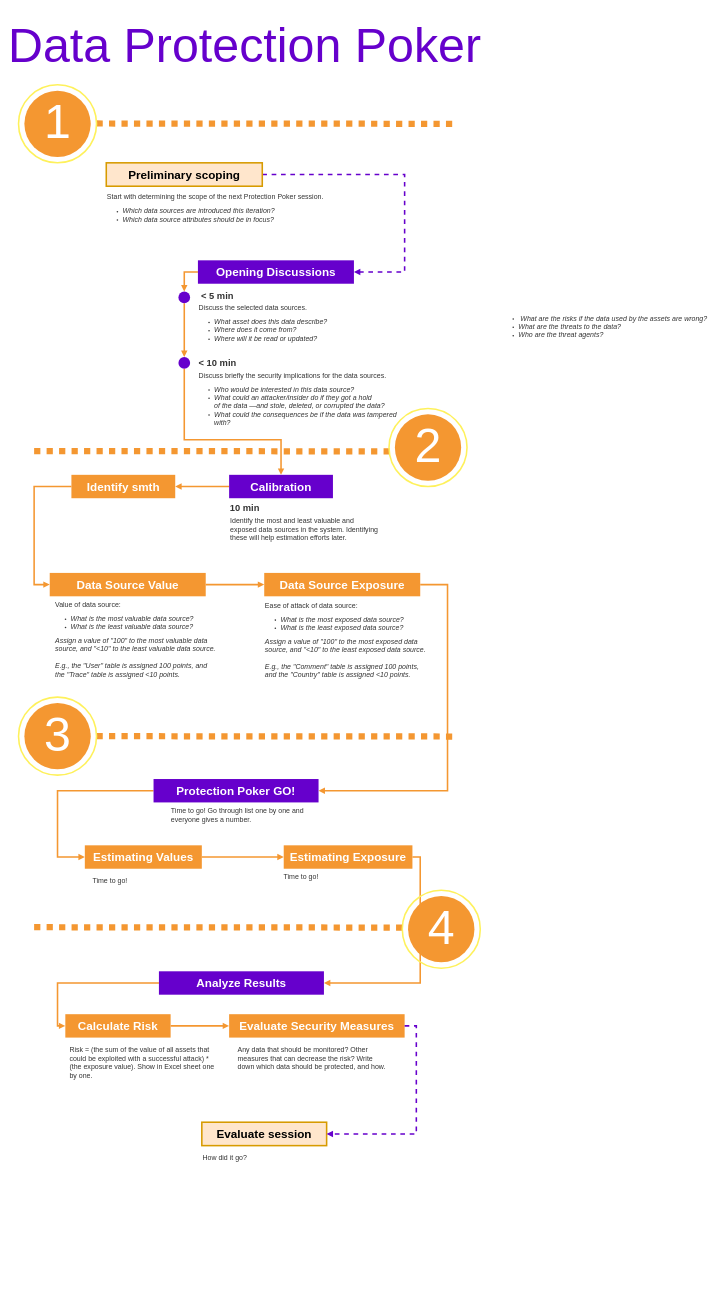
The draw.io diagram protection_poker.drawio in gullskatten/BPMN-models, before the edit. Source tidied: cells renumbered, new cells numbered last; positions are measured from the earlier drawing's top-left corner, leaving out a move shared by most shapes. Both pictures are drawn from the tidied source at 39%, with x=0, y=0 at pixel (7, 7).
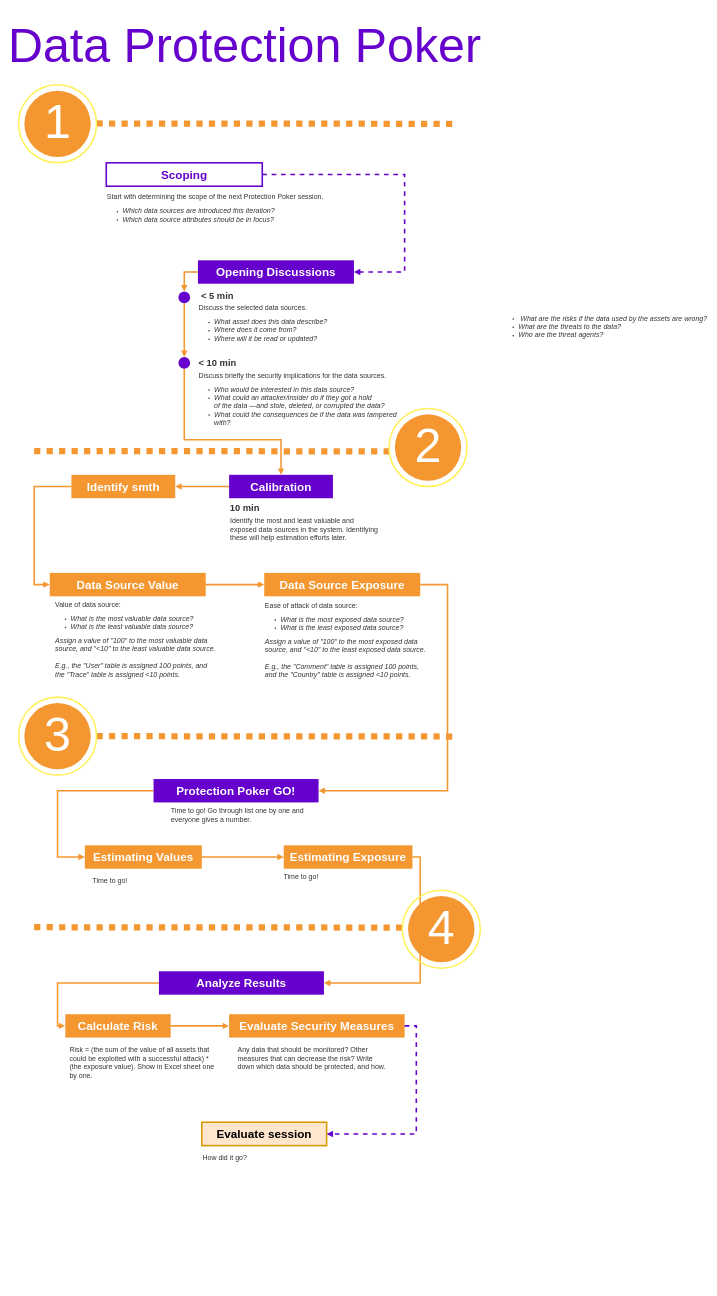
The same diagram, later.

Diff of the diagram source:
```diff
@@
-    <mxCell id="9" value="Preliminary scoping" style="whiteSpace=wrap;html=1;rounded=0;shadow=0;dashed=0;strokeColor=#d79b00;strokeWidth=4;fillColor=#ffe6cc;fontFamily=Helvetica;fontSize=30;align=center;fontStyle=1;" parent="1" vertex="1">
+    <mxCell id="9" value="Scoping" style="whiteSpace=wrap;html=1;rounded=0;shadow=0;dashed=0;strokeColor=#6600CC;strokeWidth=4;fillColor=none;fontFamily=Helvetica;fontSize=30;align=center;fontStyle=1;fontColor=#6600CC;" parent="1" vertex="1">
       <mxGeometry x="255" y="400" width="400" height="60" as="geometry" />
     </mxCell>
```
